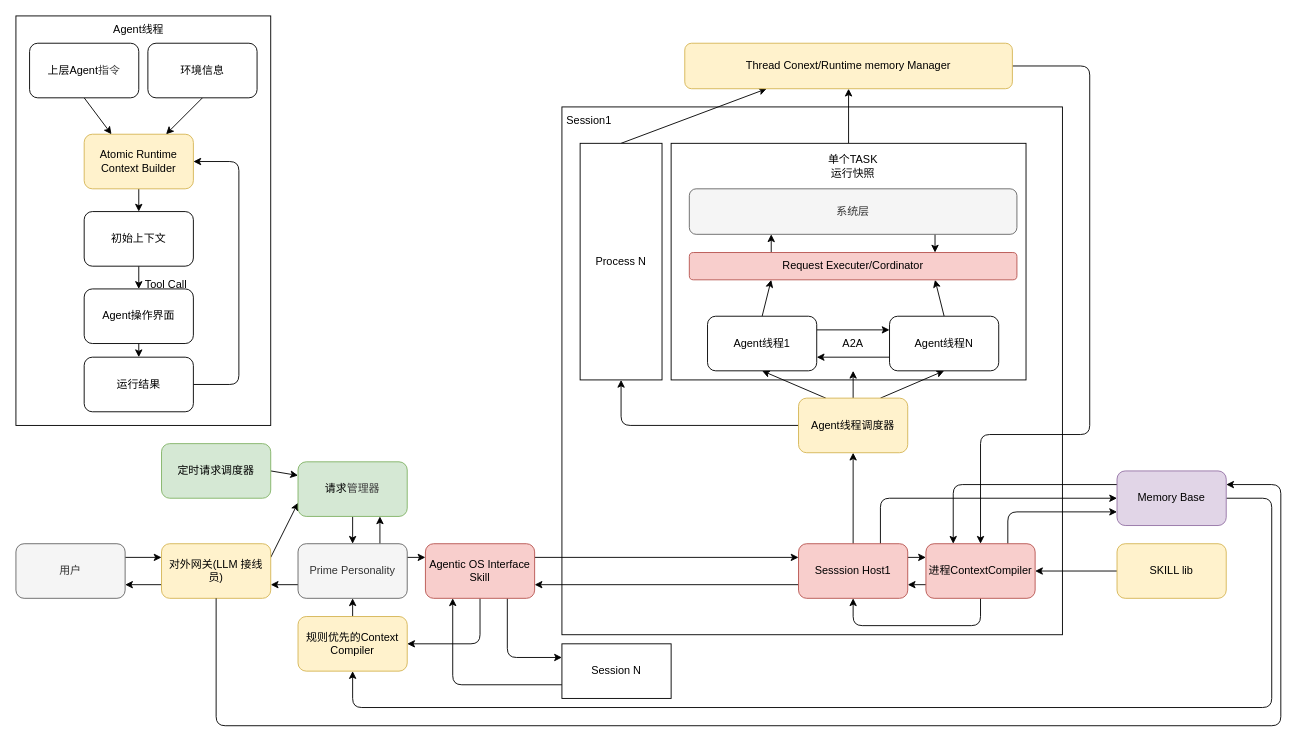
The draw.io diagram schema/schema.drawio in eziothean-git/proclaw-agent-kernel, before the edit. Source tidied: cells renumbered, new cells numbered last; positions are measured from the earlier drawing's top-left corner, leaving out a move shared by most shapes. Both pictures are drawn from the tidied source at 91%, with x=0, y=0 at pixel (15, 15).
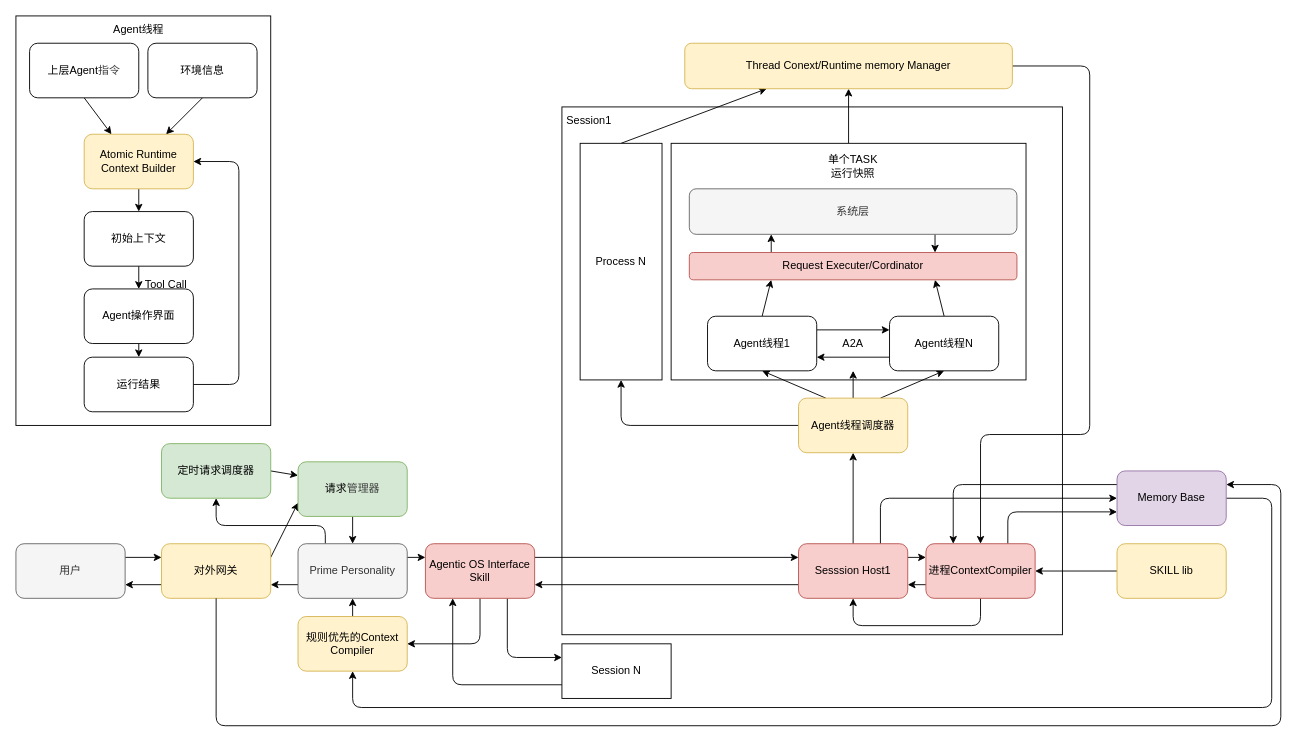
The same diagram, later.

Unchanged cells that the change refers to:
```xml
<mxCell id="50" value="Prime Personality" style="rounded=1;whiteSpace=wrap;html=1;fillColor=#f5f5f5;fontColor=#333333;strokeColor=#666666;" parent="1" vertex="1">
  <mxGeometry x="310" y="580" width="120" height="60" as="geometry" />
</mxCell>
<mxCell id="54" value="定时请求调度器" style="rounded=1;whiteSpace=wrap;html=1;fillColor=#d5e8d4;strokeColor=#82b366;" parent="1" vertex="1">
  <mxGeometry x="160" y="470" width="120" height="60" as="geometry" />
</mxCell>
<mxCell id="63" value="请求&lt;span style=&quot;background-color: transparent; color: rgb(63, 63, 63);&quot;&gt;管理器&lt;/span&gt;" style="rounded=1;whiteSpace=wrap;html=1;fillColor=#d5e8d4;strokeColor=#82b366;" parent="1" vertex="1">
  <mxGeometry x="310" y="490" width="120" height="60" as="geometry" />
</mxCell>
```

Diff of the diagram source:
```diff
@@
-    <mxCell id="49" style="edgeStyle=none;html=1;exitX=0.75;exitY=0;exitDx=0;exitDy=0;entryX=0.75;entryY=1;entryDx=0;entryDy=0;" parent="1" edge="1" source="50" target="63">
-      <mxGeometry relative="1" as="geometry" />
-    </mxCell>
+    <mxCell id="78" style="edgeStyle=none;html=1;exitX=0.25;exitY=0;exitDx=0;exitDy=0;entryX=0.5;entryY=1;entryDx=0;entryDy=0;" parent="1" edge="1" source="50" target="54">
+      <mxGeometry relative="1" as="geometry">
+        <Array as="points">
+          <mxPoint x="340" y="560" />
+          <mxPoint x="220" y="560" />
+        </Array>
+      </mxGeometry>
+    </mxCell>
@@
-    <mxCell id="59" value="对外网关(LLM 接线员)" style="rounded=1;whiteSpace=wrap;html=1;fillColor=#fff2cc;strokeColor=#d6b656;" parent="1" vertex="1">
+    <mxCell id="59" value="对外网关" style="rounded=1;whiteSpace=wrap;html=1;fillColor=#fff2cc;strokeColor=#d6b656;" parent="1" vertex="1">
       <mxGeometry x="160" y="580" width="120" height="60" as="geometry" />
     </mxCell>
```
